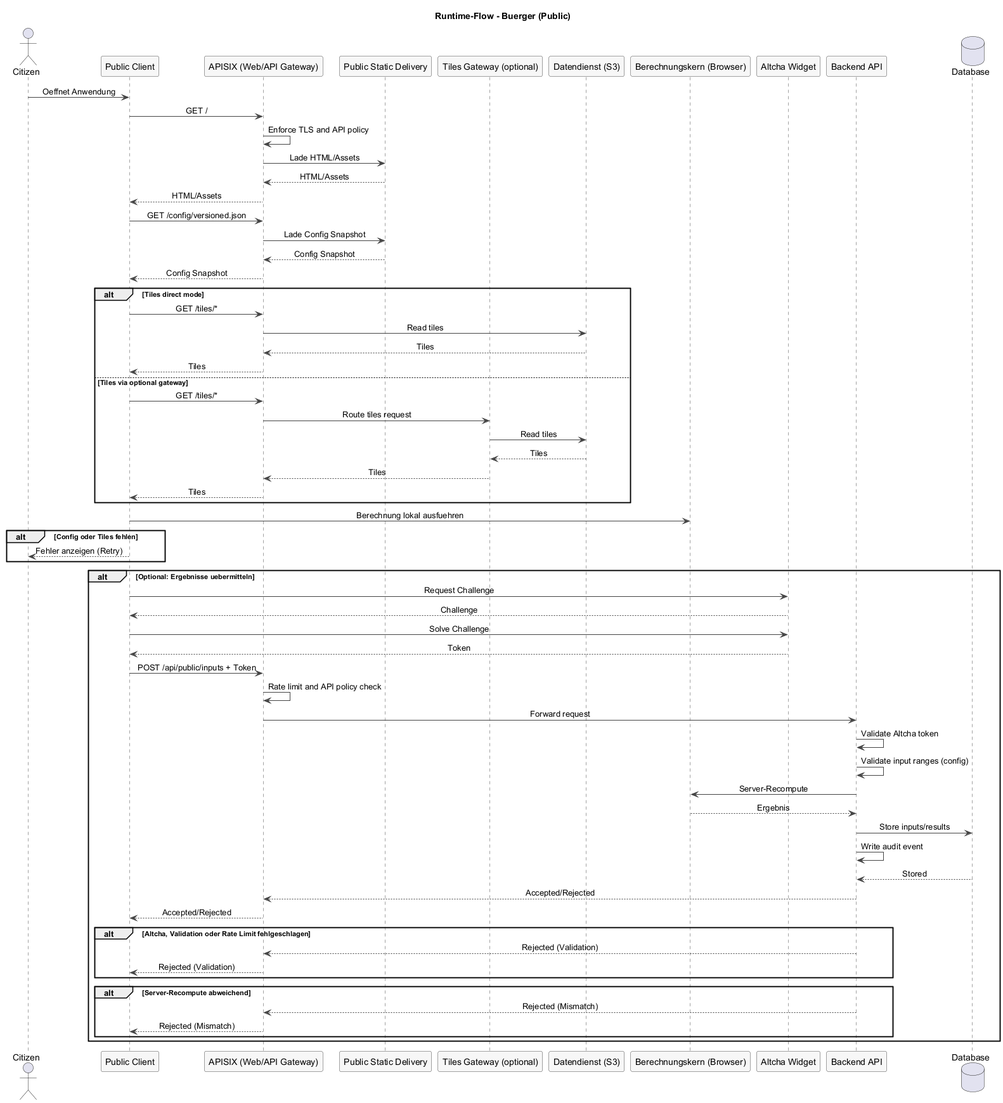
This is docs/architecture/attachments/runtime-flow-public.png from csi-FOXBYTE/Regensburg_DigitalerEnergieZwilling_Backend, a PlantUML export, as it was before one commit.
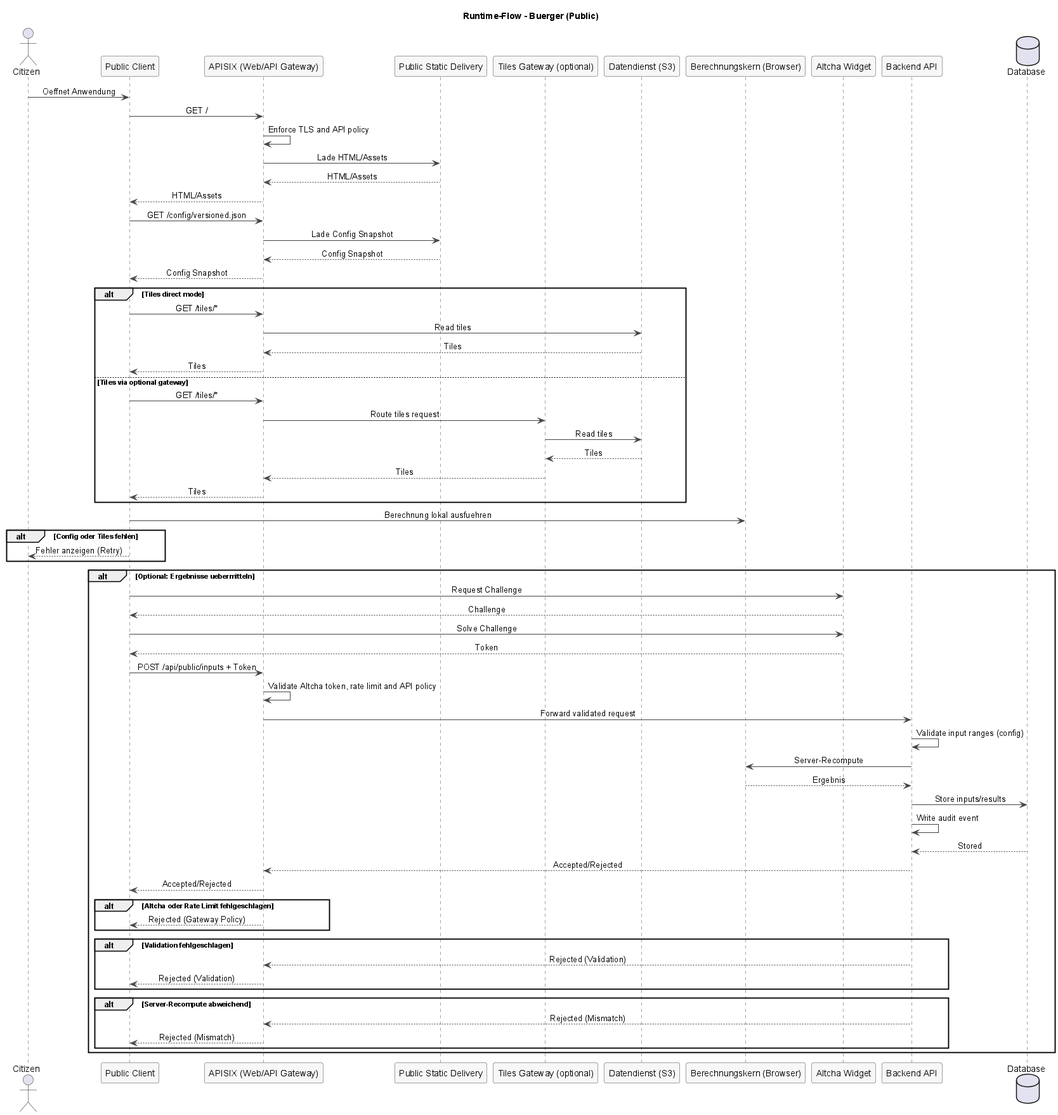
After the commit.

The edit, as a diff of the source:
```diff
@@ -61,9 +61,8 @@
   client -> altcha: Solve Challenge
   altcha --> client: Token
   client -> gateway: POST /api/public/inputs + Token
-  gateway -> gateway: Rate limit and API policy check
-  gateway -> api: Forward request
-  api -> api: Validate Altcha token
+  gateway -> gateway: Validate Altcha token, rate limit and API policy
+  gateway -> api: Forward validated request
   api -> api: Validate input ranges (config)
   api -> calc: Server-Recompute
   calc --> api: Ergebnis
@@ -73,7 +72,11 @@
   api --> gateway: Accepted/Rejected
   gateway --> client: Accepted/Rejected
 
-  alt Altcha, Validation oder Rate Limit fehlgeschlagen
+  alt Altcha oder Rate Limit fehlgeschlagen
+    gateway --> client: Rejected (Gateway Policy)
+  end
+
+  alt Validation fehlgeschlagen
     api --> gateway: Rejected (Validation)
     gateway --> client: Rejected (Validation)
   end
```
